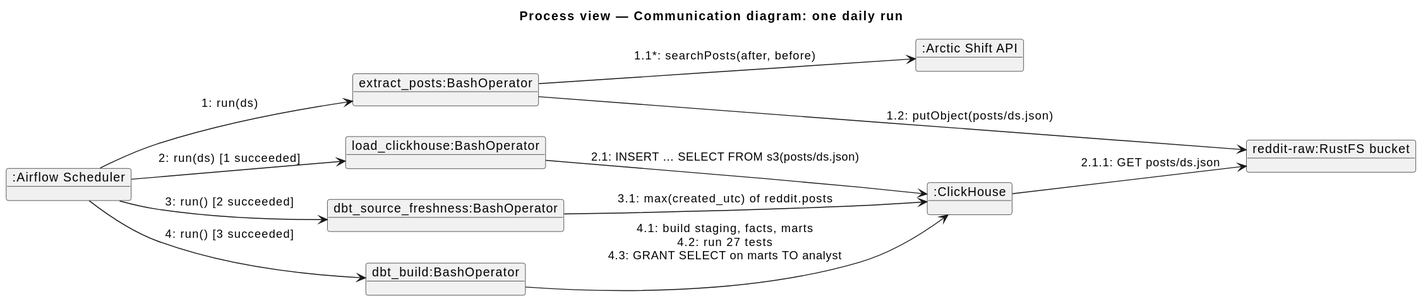
modsomjeed/reddit-dataeng keeps this PlantUML diagram as docs/architecture/diagrams/communication-daily-run.svg. Above is the earlier version.
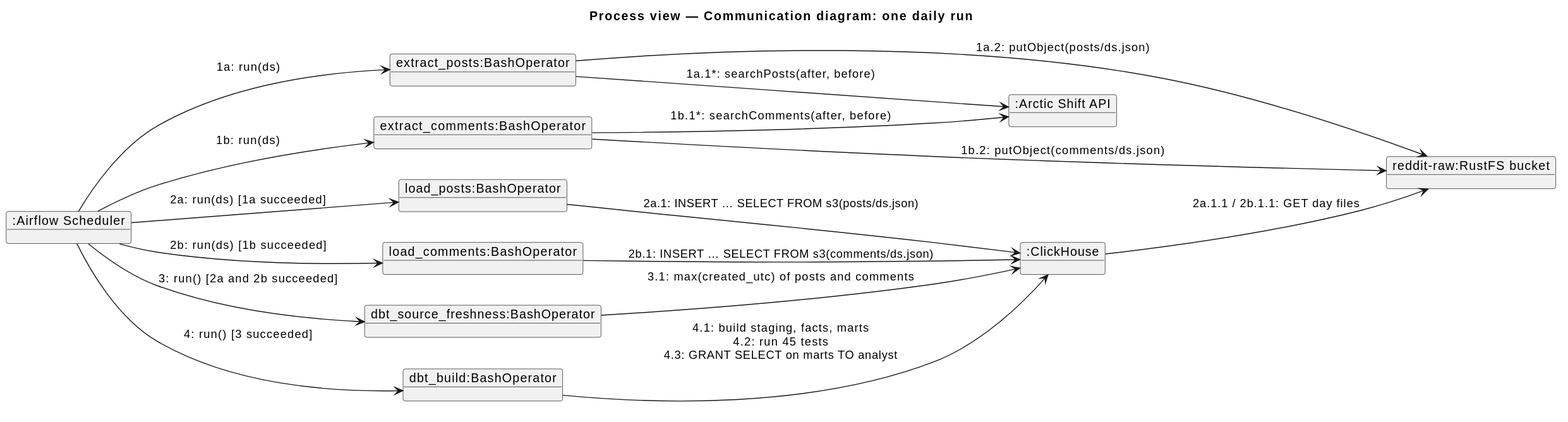
After the commit.

Change to the diagram source:
```diff
@@ -4,22 +4,29 @@
 left to right direction
 
 object ":Airflow Scheduler" as scheduler
-object "extract_posts:BashOperator" as extract
-object "load_clickhouse:BashOperator" as load
+object "extract_posts:BashOperator" as extractp
+object "extract_comments:BashOperator" as extractc
+object "load_posts:BashOperator" as loadp
+object "load_comments:BashOperator" as loadc
 object "dbt_source_freshness:BashOperator" as fresh
 object "dbt_build:BashOperator" as dbt
 object ":Arctic Shift API" as arctic
 object "reddit-raw:RustFS bucket" as bucket
 object ":ClickHouse" as ch
 
-scheduler --> extract : "1: run(ds)"
-extract --> arctic : "1.1*: searchPosts(after, before)"
-extract --> bucket : "1.2: putObject(posts/ds.json)"
-scheduler --> load : "2: run(ds) [1 succeeded]"
-load --> ch : "2.1: INSERT … SELECT FROM s3(posts/ds.json)"
-ch --> bucket : "2.1.1: GET posts/ds.json"
-scheduler --> fresh : "3: run() [2 succeeded]"
-fresh --> ch : "3.1: max(created_utc) of reddit.posts"
+scheduler --> extractp : "1a: run(ds)"
+scheduler --> extractc : "1b: run(ds)"
+extractp --> arctic : "1a.1*: searchPosts(after, before)"
+extractc --> arctic : "1b.1*: searchComments(after, before)"
+extractp --> bucket : "1a.2: putObject(posts/ds.json)"
+extractc --> bucket : "1b.2: putObject(comments/ds.json)"
+scheduler --> loadp : "2a: run(ds) [1a succeeded]"
+scheduler --> loadc : "2b: run(ds) [1b succeeded]"
+loadp --> ch : "2a.1: INSERT … SELECT FROM s3(posts/ds.json)"
+loadc --> ch : "2b.1: INSERT … SELECT FROM s3(comments/ds.json)"
+ch --> bucket : "2a.1.1 / 2b.1.1: GET day files"
+scheduler --> fresh : "3: run() [2a and 2b succeeded]"
+fresh --> ch : "3.1: max(created_utc) of posts and comments"
 scheduler --> dbt : "4: run() [3 succeeded]"
-dbt --> ch : "4.1: build staging, facts, marts\n4.2: run 27 tests\n4.3: GRANT SELECT on marts TO analyst"
+dbt --> ch : "4.1: build staging, facts, marts\n4.2: run 45 tests\n4.3: GRANT SELECT on marts TO analyst"
 @enduml
```
